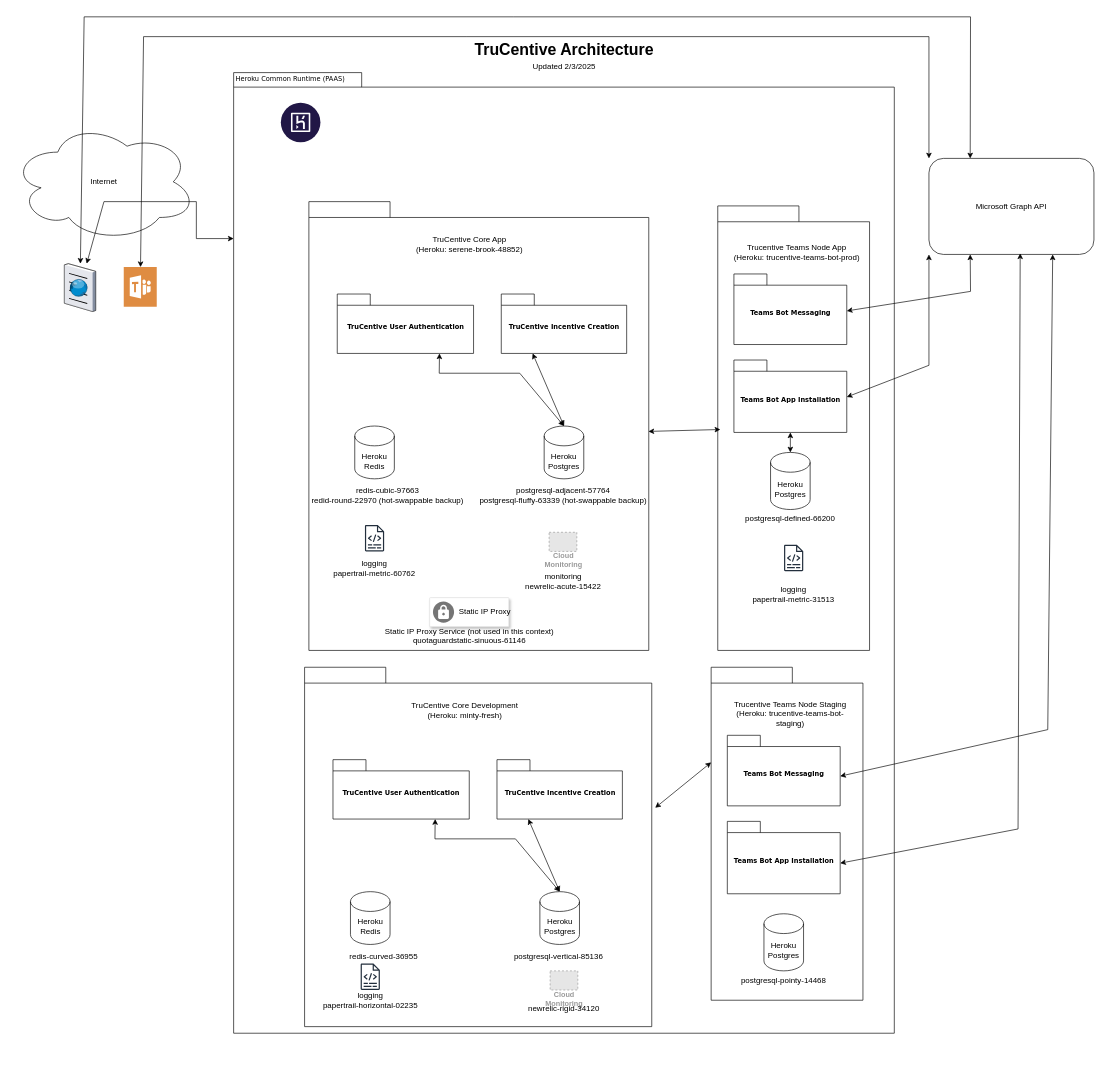
This is source/TruCentiveTeamsArchitecture.drawio from trucentive/payette-api, a draw.io file, before an edit. Source tidied: cells renumbered, new cells numbered last; positions are measured from the earlier drawing's top-left corner, leaving out a move shared by most shapes. Both pictures are drawn from the tidied source at 66%, with x=0, y=0 at pixel (11, 16). Pictures stored in the file or linked from it are replaced by grey dashed boxes.
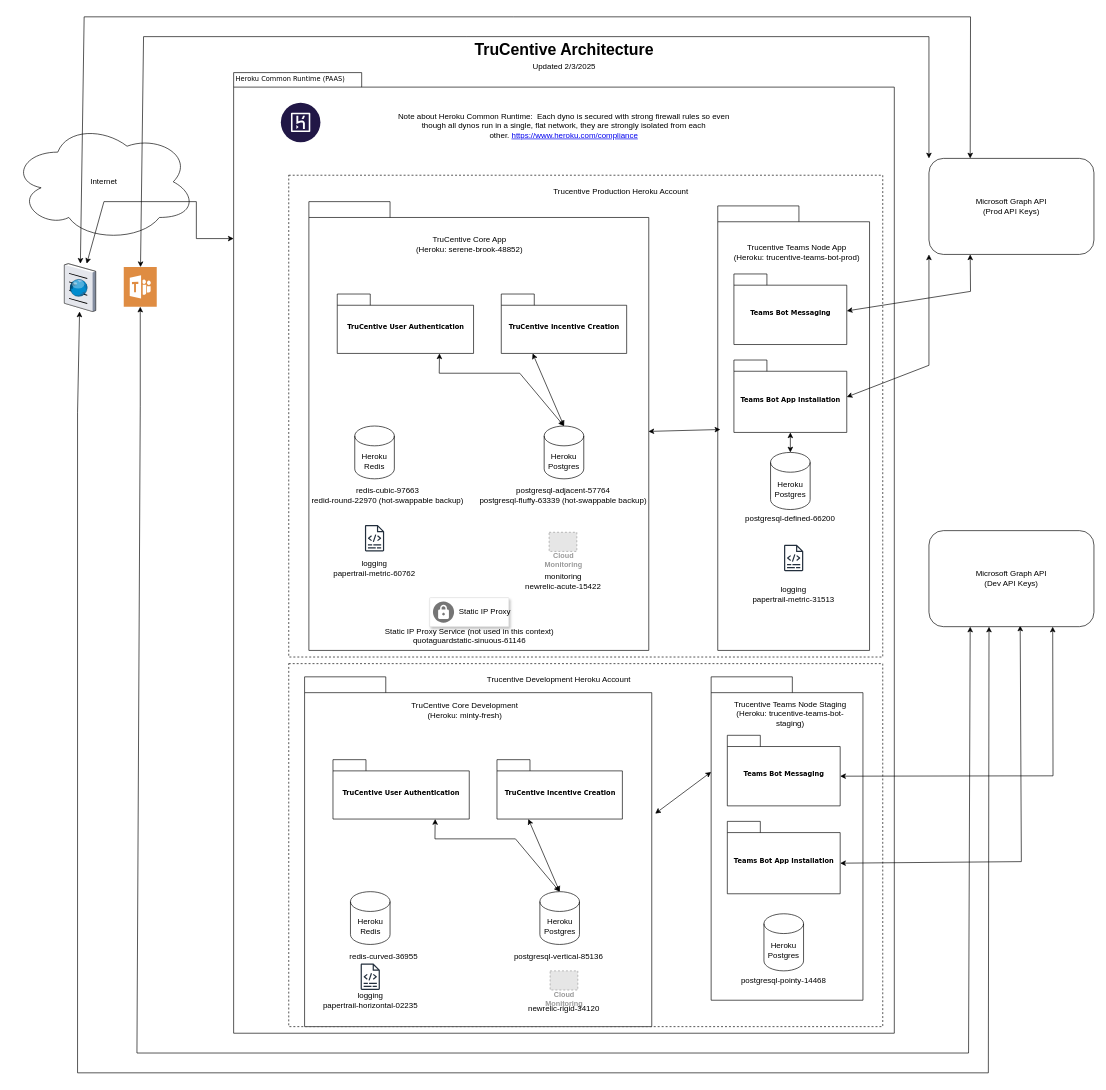
The same page after the edit.

The change refers to these unchanged cells:
```xml
<mxCell id="19" style="verticalLabelPosition=bottom;sketch=0;html=1;verticalAlign=top;strokeColor=none;align=center;outlineConnect=0;shape=mxgraph.citrix.browser;" parent="1" vertex="1">
  <mxGeometry x="80" y="374" width="47.5" height="72.5" as="geometry" />
</mxCell>
<mxCell id="20" style="sketch=0;shadow=0;dashed=0;html=1;strokeColor=none;fillColor=#DF8C42;labelPosition=center;verticalLabelPosition=bottom;verticalAlign=top;align=center;outlineConnect=0;shape=mxgraph.veeam2.microsoft_teams;" parent="1" vertex="1">
  <mxGeometry x="170" y="379.2" width="50" height="60" as="geometry" />
</mxCell>
<mxCell id="60" value="Teams Bot App Installation" style="shape=folder;fontStyle=1;spacingTop=10;tabWidth=50;tabHeight=17;tabPosition=left;html=1;rounded=0;shadow=0;comic=0;labelBackgroundColor=none;strokeWidth=1;fontFamily=Verdana;fontSize=10;align=center;" parent="1" vertex="1">
  <mxGeometry x="1084.5" y="1219" width="171" height="109.7" as="geometry" />
</mxCell>
<mxCell id="63" value="Teams Bot Messaging" style="shape=folder;fontStyle=1;spacingTop=10;tabWidth=50;tabHeight=17;tabPosition=left;html=1;rounded=0;shadow=0;comic=0;labelBackgroundColor=none;strokeWidth=1;fontFamily=Verdana;fontSize=10;align=center;" parent="1" vertex="1">
  <mxGeometry x="1084.5" y="1088.6" width="171" height="106.9" as="geometry" />
</mxCell>
```

What changed in the source:
```diff
@@
+    <mxCell id="68" style="rounded=0;whiteSpace=wrap;html=1;dashed=1;" parent="1" vertex="1">
+      <mxGeometry x="420" y="980" width="900" height="550" as="geometry" />
+    </mxCell>
+    <mxCell id="69" style="rounded=0;whiteSpace=wrap;html=1;dashed=1;" parent="1" vertex="1">
+      <mxGeometry x="420" y="240" width="900" height="730" as="geometry" />
+    </mxCell>
@@
-    <mxCell id="21" value="Microsoft Graph API" style="rounded=1;whiteSpace=wrap;html=1;" parent="1" vertex="1">
+    <mxCell id="21" value="Microsoft Graph API&lt;div&gt;(Prod API Keys)&lt;/div&gt;" style="rounded=1;whiteSpace=wrap;html=1;" parent="1" vertex="1">
       <mxGeometry x="1390" y="214.5" width="250" height="145.5" as="geometry" />
     </mxCell>
@@
     <mxCell id="45" style="shape=folder;fontStyle=1;spacingTop=10;tabWidth=123;tabHeight=24;tabPosition=left;html=1;rounded=0;shadow=0;comic=0;labelBackgroundColor=none;strokeColor=#000000;strokeWidth=1;fillColor=#ffffff;fontFamily=Verdana;fontSize=10;fontColor=#000000;align=center;" parent="1" vertex="1">
-      <mxGeometry x="444" y="985.5" width="526" height="544.5" as="geometry" />
+      <mxGeometry x="444" y="1000" width="526" height="530" as="geometry" />
     </mxCell>
@@
     <mxCell id="59" style="shape=folder;fontStyle=1;spacingTop=10;tabWidth=123;tabHeight=24;tabPosition=left;html=1;rounded=0;shadow=0;comic=0;labelBackgroundColor=none;strokeWidth=1;fontFamily=Verdana;fontSize=10;align=center;" parent="1" vertex="1">
-      <mxGeometry x="1060" y="985.5" width="230" height="504.5" as="geometry" />
+      <mxGeometry x="1060" y="1000" width="230" height="490" as="geometry" />
     </mxCell>
@@
-    <mxCell id="65" style="endArrow=classic;startArrow=classic;html=1;rounded=0;exitX=0;exitY=0;exitDx=171;exitDy=63.36;exitPerimeter=0;entryX=0.553;entryY=0.989;entryDx=0;entryDy=0;entryPerimeter=0;" parent="1" edge="1" source="60" target="21">
-      <mxGeometry relative="1" as="geometry">
-        <Array as="points">
-          <mxPoint x="1525" y="1230.5" />
-        </Array>
-      </mxGeometry>
-    </mxCell>
-    <mxCell id="66" style="endArrow=classic;startArrow=classic;html=1;rounded=0;exitX=0;exitY=0;exitDx=171;exitDy=61.935;exitPerimeter=0;entryX=0.75;entryY=1;entryDx=0;entryDy=0;" parent="1" edge="1" source="63" target="21">
-      <mxGeometry relative="1" as="geometry">
-        <Array as="points">
-          <mxPoint x="1570" y="1080" />
-        </Array>
-      </mxGeometry>
-    </mxCell>
@@
+    <mxCell id="70" value="Trucentive Production Heroku Account" style="text;html=1;align=center;verticalAlign=middle;whiteSpace=wrap;rounded=0;" parent="1" vertex="1">
+      <mxGeometry x="807" y="250" width="233" height="30" as="geometry" />
+    </mxCell>
+    <mxCell id="71" value="Trucentive Development Heroku Account" style="text;html=1;align=center;verticalAlign=middle;whiteSpace=wrap;rounded=0;" parent="1" vertex="1">
+      <mxGeometry x="712.5" y="990" width="233" height="30" as="geometry" />
+    </mxCell>
+    <mxCell id="72" style="endArrow=classic;startArrow=classic;html=1;rounded=0;exitX=0;exitY=0;exitDx=171;exitDy=63.36;exitPerimeter=0;entryX=0.553;entryY=0.989;entryDx=0;entryDy=0;entryPerimeter=0;" parent="1" edge="1" source="60" target="73">
+      <mxGeometry relative="1" as="geometry">
+        <Array as="points">
+          <mxPoint x="1530" y="1280" />
+        </Array>
+      </mxGeometry>
+    </mxCell>
+    <mxCell id="73" value="Microsoft Graph API&lt;div&gt;(Dev API Keys)&lt;/div&gt;" style="rounded=1;whiteSpace=wrap;html=1;" parent="1" vertex="1">
+      <mxGeometry x="1390" y="778.5" width="250" height="145.5" as="geometry" />
+    </mxCell>
+    <mxCell id="74" style="endArrow=classic;startArrow=classic;html=1;rounded=0;exitX=0;exitY=0;exitDx=171;exitDy=61.935;exitPerimeter=0;entryX=0.75;entryY=1;entryDx=0;entryDy=0;" parent="1" edge="1" source="63" target="73">
+      <mxGeometry relative="1" as="geometry">
+        <Array as="points">
+          <mxPoint x="1578" y="1150" />
+        </Array>
+      </mxGeometry>
+    </mxCell>
+    <mxCell id="75" style="endArrow=classic;startArrow=classic;html=1;rounded=0;exitX=0.25;exitY=1;exitDx=0;exitDy=0;" parent="1" edge="1" source="73" target="20">
+      <mxGeometry relative="1" as="geometry">
+        <Array as="points">
+          <mxPoint x="1450" y="1570" />
+          <mxPoint x="190" y="1570" />
+          <mxPoint x="195" y="590" />
+        </Array>
+      </mxGeometry>
+    </mxCell>
+    <mxCell id="76" style="endArrow=classic;startArrow=classic;html=1;rounded=0;exitX=0.364;exitY=1;exitDx=0;exitDy=0;exitPerimeter=0;" parent="1" edge="1" source="73" target="19">
+      <mxGeometry relative="1" as="geometry">
+        <Array as="points">
+          <mxPoint x="1480" y="1600" />
+          <mxPoint x="100" y="1600" />
+          <mxPoint x="100" y="600" />
+        </Array>
+      </mxGeometry>
+    </mxCell>
+    <mxCell id="77" value="Note about Heroku Common Runtime:&amp;nbsp;&amp;nbsp;Each dyno is secured with strong firewall rules so even though all dynos run in a single, flat network, they are strongly isolated from each other.&amp;nbsp;&lt;a href=&quot;https://www.heroku.com/compliance&quot;&gt;https://www.heroku.com/compliance&lt;/a&gt;" style="text;html=1;align=center;verticalAlign=middle;whiteSpace=wrap;rounded=0;" parent="1" vertex="1">
+      <mxGeometry x="567.2" y="150" width="539.5" height="30" as="geometry" />
+    </mxCell>
```
